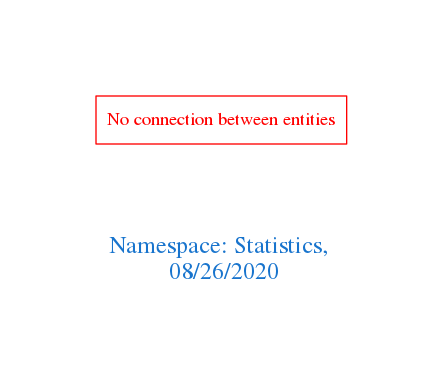
Above: downloads/Statistics.png in arago/OGIT (Graphviz), before the change. Its source is kept beside it as downloads/Statistics.dot.
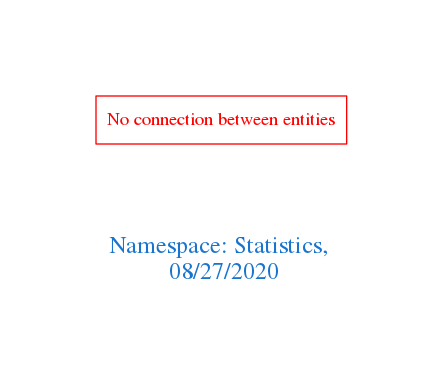
The same diagram one commit later.

Change to the diagram source:
```diff
@@ -1,7 +1,7 @@
 digraph OGIT_ontology {
  graph [ rankdir= LR,pad=1
 fontsize = 18,
-fontcolor= dodgerblue3,label = "\n\n\nNamespace: Statistics, \n 08/26/2020"];
+fontcolor= dodgerblue3,label = "\n\n\nNamespace: Statistics, \n 08/27/2020"];
 node[shape=polygon];
 edge [  color="gray81"];
 
```
